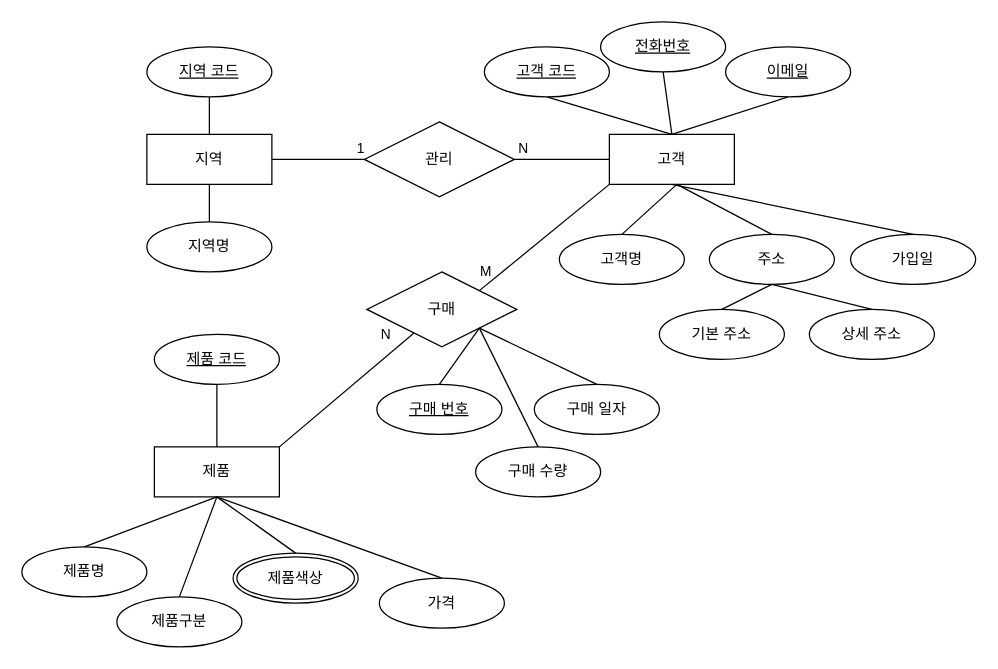
Before: 온라인_전자상거래_플랫폼_예.drawio in HJ0216/ERDPractice, a draw.io diagram. Source tidied: cells renumbered, new cells numbered last; positions are measured from the earlier drawing's top-left corner, leaving out a move shared by most shapes. Both pictures are drawn from the tidied source at 125%, with x=0, y=0 at pixel (21, 21).
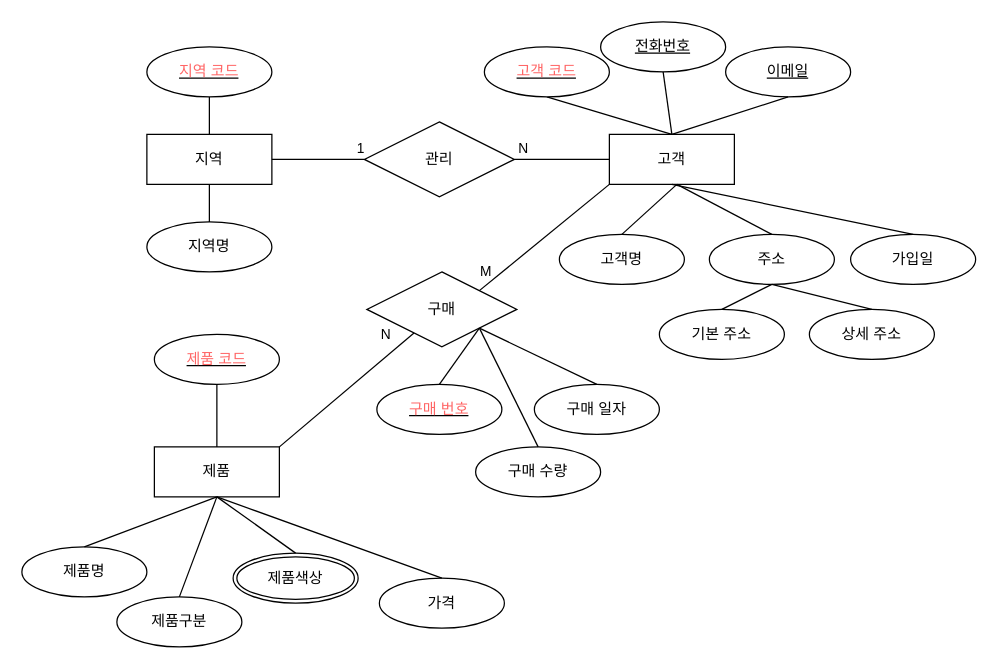
After the change.

Commit message (it also covers changes not shown here):
온라인_전자상거래_플랫폼_예.drawio 업데이트

Change to the diagram source:
```diff
@@
-    <mxCell id="7" value="고객 코드" style="ellipse;whiteSpace=wrap;html=1;align=center;fontStyle=4;" parent="1" vertex="1">
+    <mxCell id="7" value="&lt;font color=&quot;#ff6666&quot;&gt;고객 코드&lt;/font&gt;" style="ellipse;whiteSpace=wrap;html=1;align=center;fontStyle=4;" parent="1" vertex="1">
       <mxGeometry x="370" y="20" width="100" height="40" as="geometry" />
     </mxCell>
@@
-    <mxCell id="14" value="지역 코드" style="ellipse;whiteSpace=wrap;html=1;align=center;fontStyle=4;" parent="1" vertex="1">
+    <mxCell id="14" value="&lt;font color=&quot;#ff6666&quot;&gt;지역 코드&lt;/font&gt;" style="ellipse;whiteSpace=wrap;html=1;align=center;fontStyle=4;" parent="1" vertex="1">
       <mxGeometry x="100" y="20" width="100" height="40" as="geometry" />
     </mxCell>
@@
-    <mxCell id="22" value="제품 코드" style="ellipse;whiteSpace=wrap;html=1;align=center;fontStyle=4;" parent="1" vertex="1">
+    <mxCell id="22" value="&lt;font color=&quot;#ff6666&quot;&gt;제품 코드&lt;/font&gt;" style="ellipse;whiteSpace=wrap;html=1;align=center;fontStyle=4;" parent="1" vertex="1">
       <mxGeometry x="106" y="250" width="100" height="40" as="geometry" />
     </mxCell>
@@
-    <mxCell id="29" value="구매 번호" style="ellipse;whiteSpace=wrap;html=1;align=center;fontStyle=4;" parent="1" vertex="1">
+    <mxCell id="29" value="&lt;font color=&quot;#ff6666&quot;&gt;구매 번호&lt;/font&gt;" style="ellipse;whiteSpace=wrap;html=1;align=center;fontStyle=4;" parent="1" vertex="1">
       <mxGeometry x="284" y="290" width="100" height="40" as="geometry" />
     </mxCell>
```
